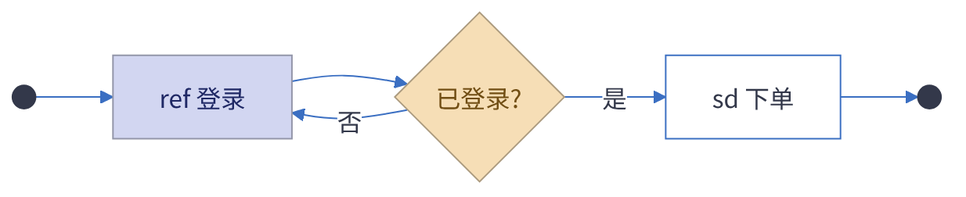
huang-hee/diagram-kit keeps this Mermaid diagram as docs/assets/interaction.png. Above is the earlier version. Its source is kept beside it as docs/assets/interaction.mmd.
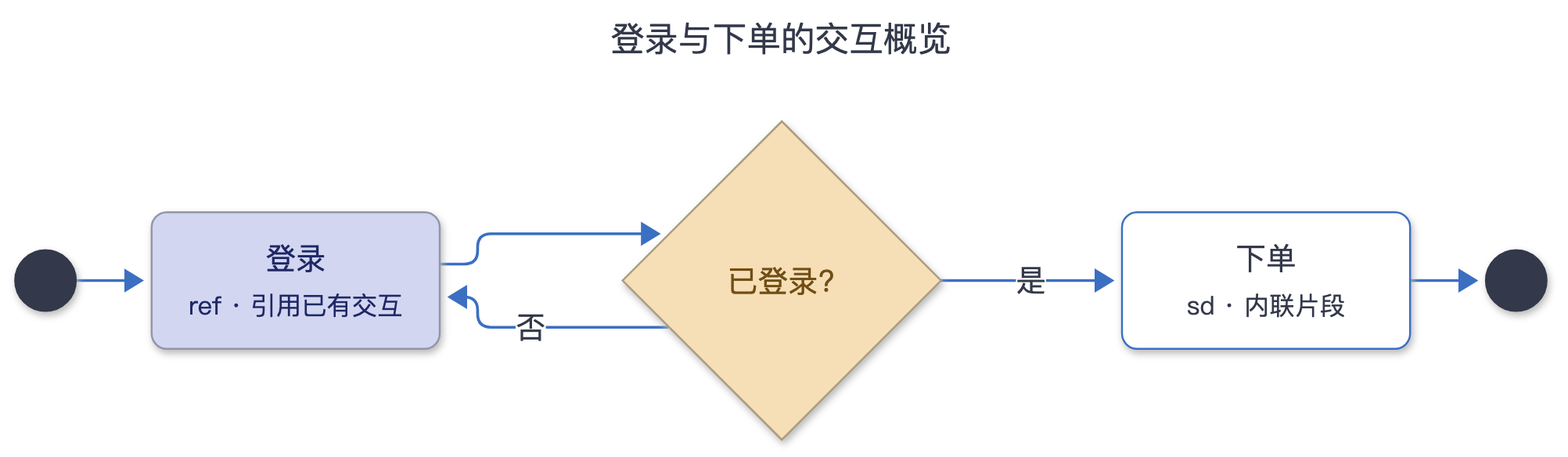
Later version of the same file.

Change to the diagram source:
```diff
@@ -1,7 +1,14 @@
 ---
+title: "登录与下单的交互概览"
 config:
   theme: base
   fontFamily: "PingFang SC, Microsoft YaHei, Noto Sans CJK SC, Source Han Sans SC, sans-serif"
+  flowchart:
+    curve: "step"
+    nodeSpacing: 50
+    rankSpacing: 60
+    padding: 12
+    wrappingWidth: 300
   themeVariables:
     background: "#FFFFFF"
     primaryColor: "#FFFFFF"
@@ -21,12 +28,13 @@
     noteTextColor: "#33384A"
 ---
 flowchart LR
-  S(( )):::bar --> R1[ref 登录]:::occurrence
+  S(( )):::bar --> R1["登录<br><small>ref · 引用已有交互</small>"]:::occurrence
   R1 --> D{已登录?}:::decision
-  D -- 是 --> R2[sd 下单]:::frame
+  D -- 是 --> R2["下单<br><small>sd · 内联片段</small>"]:::frame
   D -- 否 --> R1
   R2 --> E(( )):::bar
-classDef frame fill:#FFFFFF,stroke:#3B6FC2,color:#33384A
-classDef occurrence fill:#D2D6F1,stroke:#9396A9,color:#1F2865
-classDef decision fill:#F6DEB6,stroke:#AC9B7F,color:#714E14
-classDef bar fill:#33384A,stroke:#33384A,color:#FFFFFF
+classDef frame fill:#FFFFFF,stroke:#3B6FC2,color:#33384A,rx:8,ry:8
+classDef occurrence fill:#D2D6F1,stroke:#9396A9,color:#1F2865,rx:8,ry:8
+classDef decision fill:#F6DEB6,stroke:#AC9B7F,color:#714E14,rx:8,ry:8
+classDef bar fill:#33384A,stroke:#33384A,color:#FFFFFF,rx:8,ry:8
+linkStyle default stroke-width:1.5px
```
